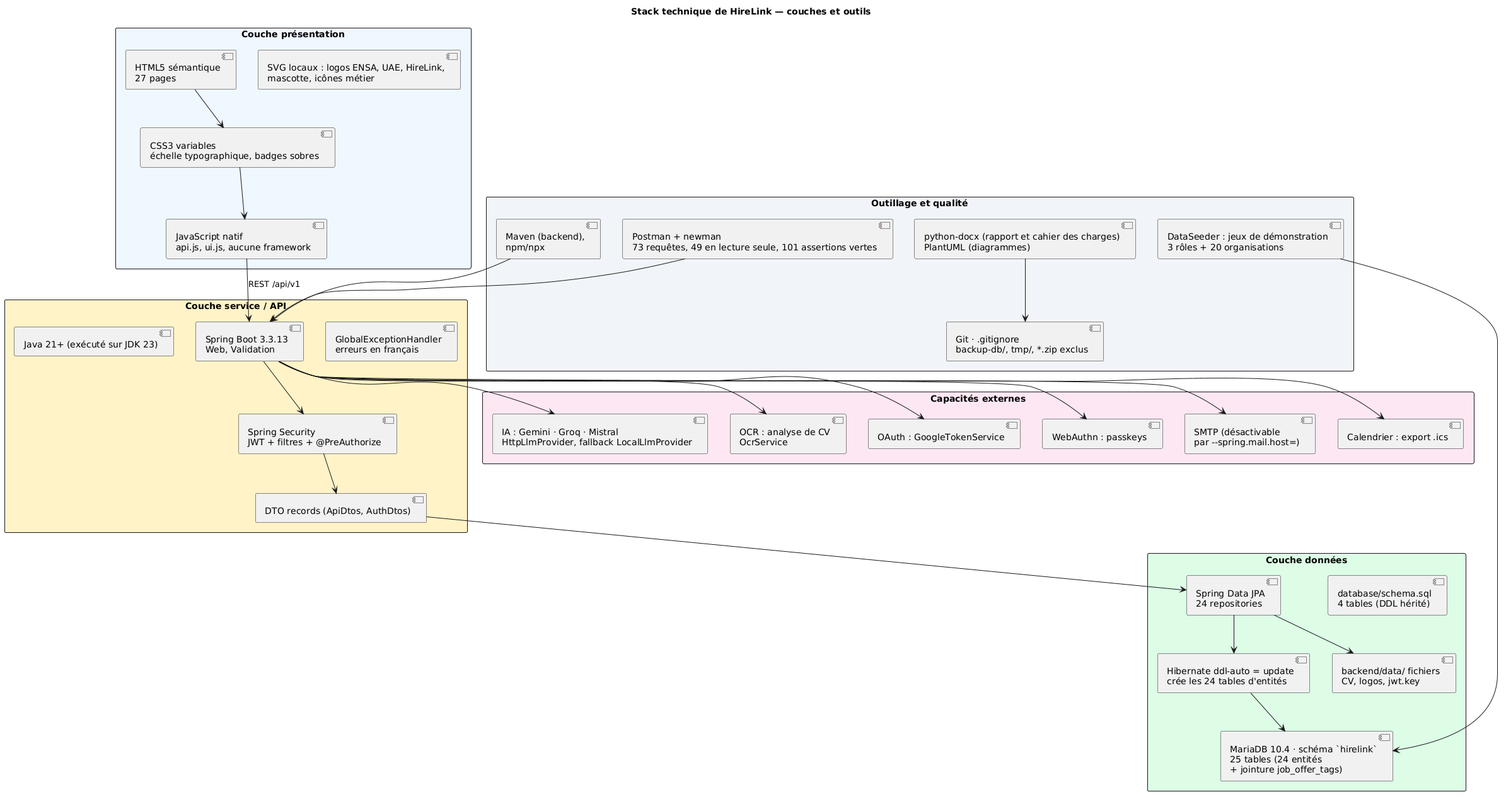
The PlantUML diagram docs/diagrammes/v5/10_stack_technologique.png in anadouae/HireLink, before a commit.
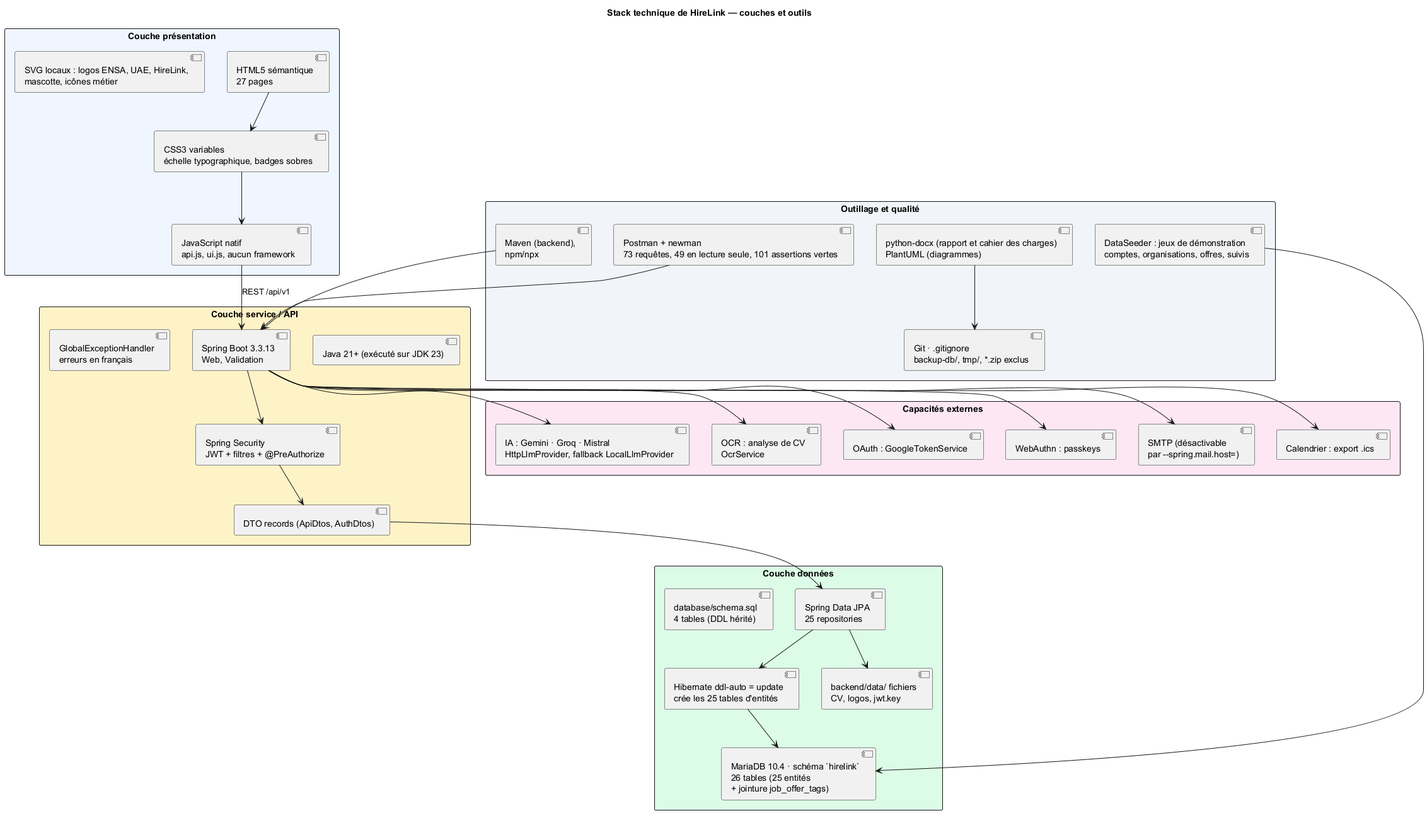
Above is the later version.

The edit, as a diff of the source:
```diff
@@ -1,11 +1,11 @@
-@startuml
+@startuml stack_technologique_v5
 title Stack technique de HireLink — couches et outils
 skinparam rectangleBorderColor #1a1418
 
 rectangle "Couche présentation" #EFF6FF {
   [HTML5 sémantique\n27 pages] as H
   [CSS3 variables\néchelle typographique, badges sobres] as CSS
-  [JavaScript natif\napi.js, ui.js, aucune framework] as JSF
+  [JavaScript natif\napi.js, ui.js, aucun framework] as JSF
   [SVG locaux : logos ENSA, UAE, HireLink,\nmascotte, icônes métier] as SVG
 }
 rectangle "Couche service / API" #FEF3C7 {
@@ -16,9 +16,9 @@
   [GlobalExceptionHandler\nerreurs en français] as GEH
 }
 rectangle "Couche données" #DCFCE7 {
-  [Spring Data JPA\n24 repositories] as JPA
-  [Hibernate ddl-auto = update\ncrée les 24 tables d'entités] as HB
-  [MariaDB 10.4 · schéma `hirelink`\n25 tables (24 entités\n+ jointure job_offer_tags)] as MDB
+  [Spring Data JPA\n25 repositories] as JPA
+  [Hibernate ddl-auto = update\ncrée les 25 tables d'entités] as HB
+  [MariaDB 10.4 · schéma `hirelink`\n26 tables (25 entités\n+ jointure job_offer_tags)] as MDB
   [database/schema.sql\n4 tables (DDL hérité)] as SQLF
   [backend/data/ fichiers\nCV, logos, jwt.key] as FSX
 }
@@ -35,7 +35,7 @@
   [Postman + newman\n73 requêtes, 49 en lecture seule, 101 assertions vertes] as POST
   [python-docx (rapport et cahier des charges)\nPlantUML (diagrammes)] as PDOC
   [Git · .gitignore\nbackup-db/, tmp/, *.zip exclus] as GIT
-  [DataSeeder : jeux de démonstration\n3 rôles + 20 organisations] as SEED
+  [DataSeeder : jeux de démonstration\ncomptes, organisations, offres, suivis] as SEED
 }
 
 H --> CSS
```
